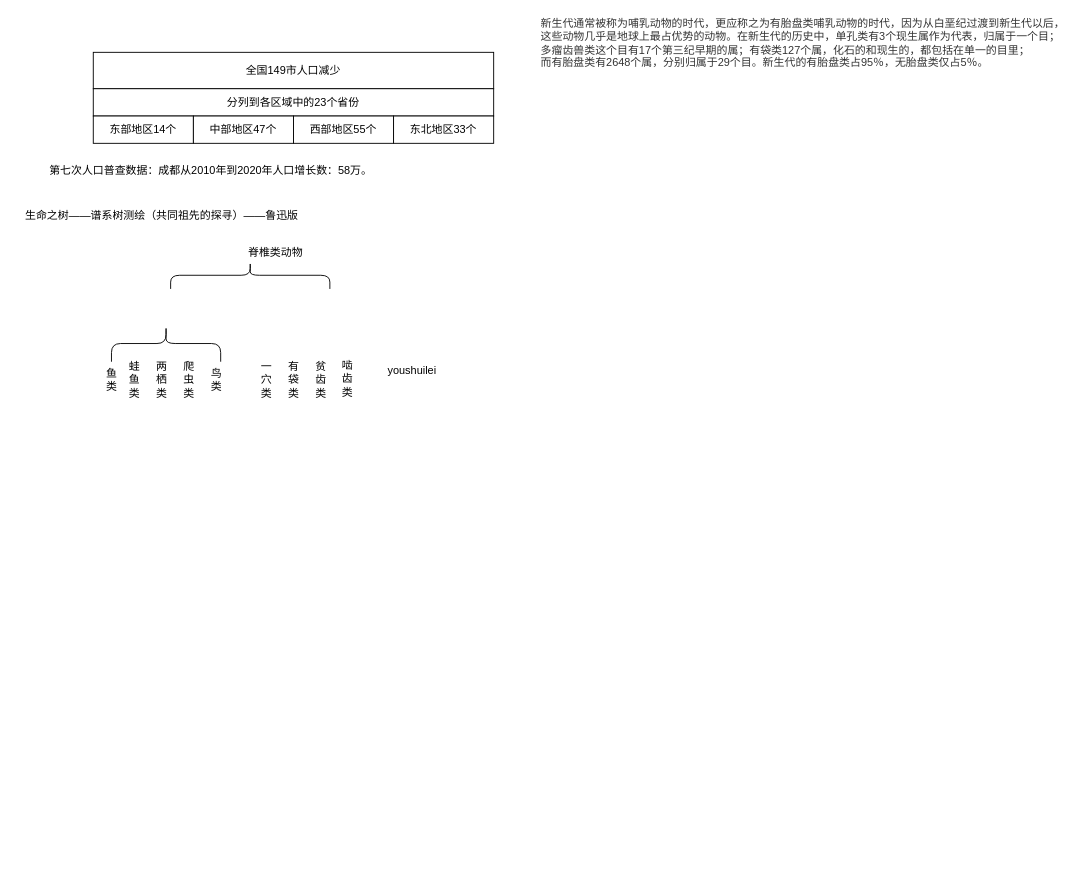
The draw.io diagram 人口迁徙.drawio in UTOUUCENTER-CD/Adv-Mathematics, before the edit. Source tidied: cells renumbered, new cells numbered last; positions are measured from the earlier drawing's top-left corner, leaving out a move shared by most shapes. Both pictures are drawn from the tidied source at 91%, with x=0, y=0 at pixel (15, 15).
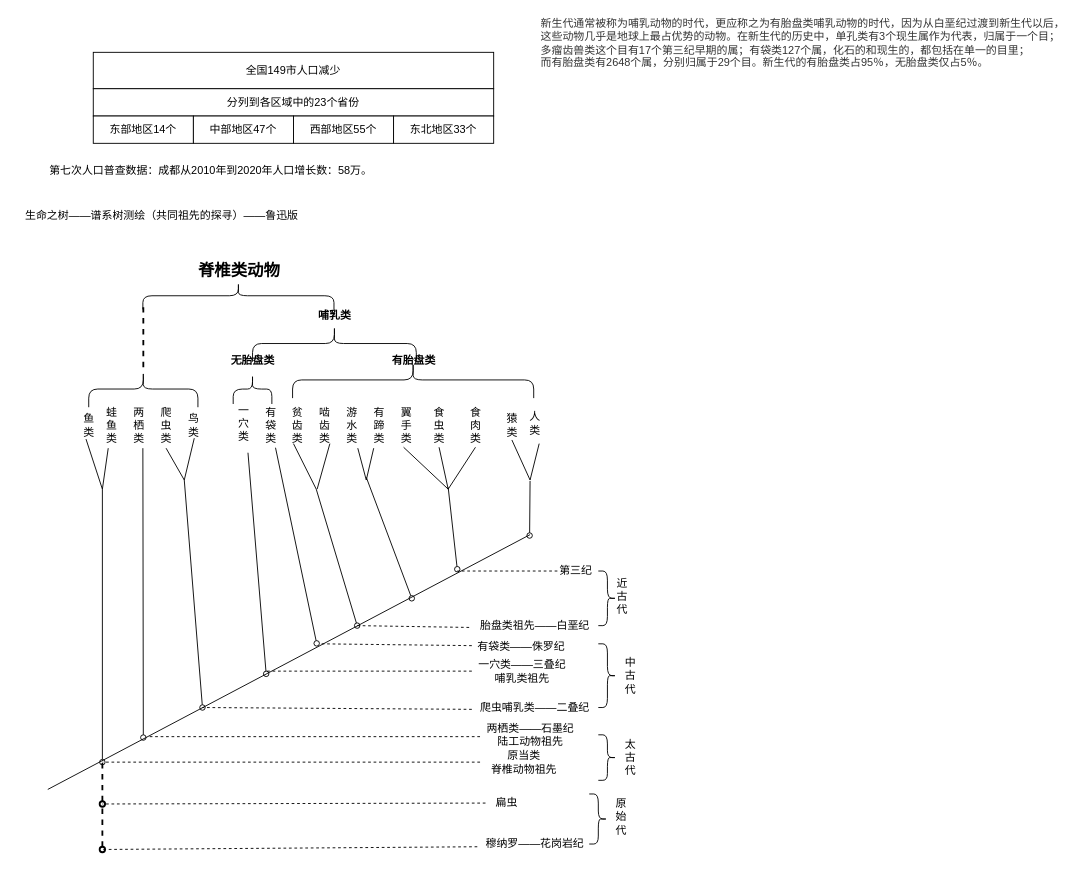
The same page after the edit.

What changed in the source:
```diff
@@
     <mxCell id="9" style="shape=curlyBracket;whiteSpace=wrap;html=1;rounded=1;flipH=1;rotation=-90;" parent="1" vertex="1">
-      <mxGeometry x="242.5" y="197.5" width="30" height="175" as="geometry" />
+      <mxGeometry x="229.5" y="202.5" width="30" height="210" as="geometry" />
     </mxCell>
-    <mxCell id="10" value="脊椎类动物" style="text;html=1;align=center;verticalAlign=middle;strokeColor=none;" parent="1" vertex="1">
-      <mxGeometry x="245" y="250" width="80" height="20" as="geometry" />
+    <mxCell id="10" value="&lt;font style=&quot;font-size: 18px&quot;&gt;&lt;b&gt;脊椎类动物&lt;/b&gt;&lt;/font&gt;" style="text;html=1;align=center;verticalAlign=middle;strokeColor=none;" parent="1" vertex="1">
+      <mxGeometry x="189.5" y="270" width="110" height="20" as="geometry" />
     </mxCell>
     <mxCell id="11" style="shape=curlyBracket;whiteSpace=wrap;html=1;rounded=1;flipH=1;rotation=-90;" parent="1" vertex="1">
-      <mxGeometry x="145" y="300" width="40" height="120" as="geometry" />
+      <mxGeometry x="120" y="350" width="40" height="120" as="geometry" />
     </mxCell>
     <mxCell id="12" value="鱼&lt;br&gt;类" style="text;html=1;align=center;verticalAlign=middle;points=[];strokeColor=none;" parent="1" vertex="1">
-      <mxGeometry x="90" y="385" width="30" height="30" as="geometry" />
+      <mxGeometry x="65" y="435" width="30" height="30" as="geometry" />
     </mxCell>
     <mxCell id="13" value="蛙&lt;br&gt;鱼&lt;br&gt;类" style="text;html=1;align=center;verticalAlign=middle;points=[];strokeColor=none;" parent="1" vertex="1">
-      <mxGeometry x="115" y="375" width="30" height="50" as="geometry" />
+      <mxGeometry x="90" y="425" width="30" height="50" as="geometry" />
     </mxCell>
     <mxCell id="14" value="两&lt;br&gt;栖&lt;br&gt;类" style="text;html=1;align=center;verticalAlign=middle;strokeColor=none;" parent="1" vertex="1">
-      <mxGeometry x="145" y="375" width="30" height="50" as="geometry" />
+      <mxGeometry x="120" y="425" width="30" height="50" as="geometry" />
     </mxCell>
     <mxCell id="15" value="爬&lt;br&gt;虫&lt;br&gt;类" style="text;html=1;align=center;verticalAlign=middle;points=[];strokeColor=none;" parent="1" vertex="1">
-      <mxGeometry x="175" y="375" width="30" height="50" as="geometry" />
+      <mxGeometry x="150" y="425" width="30" height="50" as="geometry" />
     </mxCell>
     <mxCell id="16" value="鸟&lt;br&gt;类" style="text;html=1;align=center;verticalAlign=middle;points=[];strokeColor=none;" parent="1" vertex="1">
-      <mxGeometry x="205" y="385" width="30" height="30" as="geometry" />
+      <mxGeometry x="180" y="435" width="30" height="30" as="geometry" />
     </mxCell>
     <mxCell id="17" value="一&lt;br&gt;穴&lt;br&gt;类" style="text;html=1;align=center;verticalAlign=middle;points=[];strokeColor=none;" parent="1" vertex="1">
-      <mxGeometry x="260" y="375" width="30" height="50" as="geometry" />
+      <mxGeometry x="235" y="422.5" width="30" height="50" as="geometry" />
     </mxCell>
     <mxCell id="18" value="有&lt;br&gt;袋&lt;br&gt;类" style="text;html=1;align=center;verticalAlign=middle;points=[];strokeColor=none;" parent="1" vertex="1">
-      <mxGeometry x="290" y="374.5" width="30" height="50" as="geometry" />
+      <mxGeometry x="265" y="424.5" width="30" height="50" as="geometry" />
     </mxCell>
     <mxCell id="19" value="贫&lt;br&gt;齿&lt;br&gt;类" style="text;html=1;align=center;verticalAlign=middle;strokeColor=none;" parent="1" vertex="1">
-      <mxGeometry x="320" y="375" width="30" height="50" as="geometry" />
+      <mxGeometry x="294" y="425" width="30" height="50" as="geometry" />
     </mxCell>
@@
     <mxCell id="21" value="啮&lt;br&gt;齿&lt;br&gt;类" style="text;html=1;align=center;verticalAlign=middle;strokeColor=none;" parent="1" vertex="1">
-      <mxGeometry x="349" y="374" width="30" height="50" as="geometry" />
+      <mxGeometry x="324" y="425" width="30" height="50" as="geometry" />
     </mxCell>
-    <mxCell id="22" value="youshuilei" style="text;html=1;align=center;verticalAlign=middle;points=[];strokeColor=none;" parent="1" vertex="1">
-      <mxGeometry x="400" y="380" width="70" height="20" as="geometry" />
+    <mxCell id="22" value="游&lt;br&gt;水&lt;br&gt;类" style="text;html=1;align=center;verticalAlign=middle;points=[];strokeColor=none;" parent="1" vertex="1">
+      <mxGeometry x="354" y="425" width="30" height="50" as="geometry" />
     </mxCell>
@@
+    <mxCell id="24" value="有&lt;br&gt;蹄&lt;br&gt;类" style="text;html=1;align=center;verticalAlign=middle;points=[];strokeColor=none;" parent="1" vertex="1">
+      <mxGeometry x="384" y="425" width="30" height="50" as="geometry" />
+    </mxCell>
+    <mxCell id="25" value="翼&lt;br&gt;手&lt;br&gt;类" style="text;html=1;align=center;verticalAlign=middle;points=[];strokeColor=none;" parent="1" vertex="1">
+      <mxGeometry x="414" y="425" width="30" height="50" as="geometry" />
+    </mxCell>
+    <mxCell id="26" value="食&lt;br&gt;虫&lt;br&gt;类" style="text;html=1;align=center;verticalAlign=middle;points=[];strokeColor=none;" parent="1" vertex="1">
+      <mxGeometry x="450" y="425" width="30" height="50" as="geometry" />
+    </mxCell>
+    <mxCell id="27" value="食&lt;br&gt;肉&lt;br&gt;类" style="text;html=1;align=center;verticalAlign=middle;points=[];strokeColor=none;" parent="1" vertex="1">
+      <mxGeometry x="490" y="425" width="30" height="50" as="geometry" />
+    </mxCell>
+    <mxCell id="28" value="猿&lt;br&gt;类" style="text;html=1;align=center;verticalAlign=middle;points=[];strokeColor=none;" parent="1" vertex="1">
+      <mxGeometry x="530" y="435" width="30" height="30" as="geometry" />
+    </mxCell>
+    <mxCell id="29" value="人&lt;br&gt;类" style="text;html=1;align=center;verticalAlign=middle;points=[];strokeColor=none;" parent="1" vertex="1">
+      <mxGeometry x="555" y="432.5" width="30" height="30" as="geometry" />
+    </mxCell>
+    <mxCell id="30" style="shape=curlyBracket;whiteSpace=wrap;html=1;rounded=1;flipH=1;rotation=-90;" parent="1" vertex="1">
+      <mxGeometry x="243.6" y="388.8" width="32.8" height="42.5" as="geometry" />
+    </mxCell>
+    <mxCell id="31" style="shape=curlyBracket;whiteSpace=wrap;html=1;rounded=1;flipH=1;rotation=-90;" parent="1" vertex="1">
+      <mxGeometry x="416.5" y="267.5" width="40" height="265" as="geometry" />
+    </mxCell>
+    <mxCell id="32" value="&lt;b&gt;无胎盘类&lt;/b&gt;" style="text;html=1;align=center;verticalAlign=middle;strokeColor=none;" parent="1" vertex="1">
+      <mxGeometry x="230" y="368.8" width="60" height="20" as="geometry" />
+    </mxCell>
+    <mxCell id="33" value="&lt;b&gt;有胎盘类&lt;/b&gt;" style="text;html=1;align=center;verticalAlign=middle;strokeColor=none;" parent="1" vertex="1">
+      <mxGeometry x="406.5" y="368.8" width="60" height="20" as="geometry" />
+    </mxCell>
+    <mxCell id="34" style="shape=curlyBracket;whiteSpace=wrap;html=1;rounded=1;flipH=1;rotation=-90;" parent="1" vertex="1">
+      <mxGeometry x="330" y="270" width="40" height="180" as="geometry" />
+    </mxCell>
+    <mxCell id="35" value="&lt;b&gt;哺乳类&lt;/b&gt;" style="text;html=1;align=center;verticalAlign=middle;strokeColor=none;" parent="1" vertex="1">
+      <mxGeometry x="325" y="320" width="50" height="20" as="geometry" />
+    </mxCell>
+    <mxCell id="36" style="line;strokeWidth=2;direction=south;html=1;dashed=1;" parent="1" vertex="1">
+      <mxGeometry x="135" y="320" width="10" height="70" as="geometry" />
+    </mxCell>
+    <mxCell id="37" style="endArrow=none;html=1;" parent="1" edge="1">
+      <mxGeometry relative="1" as="geometry">
+        <mxPoint x="35" y="850" as="sourcePoint" />
+        <mxPoint x="565" y="570" as="targetPoint" />
+      </mxGeometry>
+    </mxCell>
+    <mxCell id="38" style="endArrow=none;html=1;startArrow=oval;startFill=0;" parent="1" edge="1">
+      <mxGeometry relative="1" as="geometry">
+        <mxPoint x="95" y="820" as="sourcePoint" />
+        <mxPoint x="95" y="520" as="targetPoint" />
+      </mxGeometry>
+    </mxCell>
+    <mxCell id="39" style="endArrow=none;html=1;startArrow=oval;startFill=0;" parent="1" edge="1">
+      <mxGeometry relative="1" as="geometry">
+        <mxPoint x="140" y="793" as="sourcePoint" />
+        <mxPoint x="139.5" y="475" as="targetPoint" />
+      </mxGeometry>
+    </mxCell>
+    <mxCell id="40" style="endArrow=none;html=1;startArrow=oval;startFill=0;" parent="1" edge="1">
+      <mxGeometry relative="1" as="geometry">
+        <mxPoint x="205" y="760" as="sourcePoint" />
+        <mxPoint x="185" y="510" as="targetPoint" />
+      </mxGeometry>
+    </mxCell>
+    <mxCell id="41" style="endArrow=none;html=1;entryX=0.4;entryY=1;entryDx=0;entryDy=0;entryPerimeter=0;" parent="1" edge="1" target="12">
+      <mxGeometry relative="1" as="geometry">
+        <mxPoint x="95" y="520" as="sourcePoint" />
+      </mxGeometry>
+    </mxCell>
+    <mxCell id="42" style="endArrow=none;html=1;" parent="1" edge="1" target="13">
+      <mxGeometry relative="1" as="geometry">
+        <mxPoint x="95" y="520" as="sourcePoint" />
+      </mxGeometry>
+    </mxCell>
+    <mxCell id="43" style="endArrow=none;html=1;entryX=0.5;entryY=1;entryDx=0;entryDy=0;entryPerimeter=0;" parent="1" edge="1" target="15">
+      <mxGeometry relative="1" as="geometry">
+        <mxPoint x="185" y="510" as="sourcePoint" />
+      </mxGeometry>
+    </mxCell>
+    <mxCell id="44" style="endArrow=none;html=1;entryX=0.533;entryY=0.967;entryDx=0;entryDy=0;entryPerimeter=0;" parent="1" edge="1" target="16">
+      <mxGeometry relative="1" as="geometry">
+        <mxPoint x="185" y="510" as="sourcePoint" />
+      </mxGeometry>
+    </mxCell>
+    <mxCell id="45" style="endArrow=none;html=1;" parent="1" edge="1">
+      <mxGeometry relative="1" as="geometry">
+        <mxPoint x="330" y="520" as="sourcePoint" />
+        <mxPoint x="305" y="470" as="targetPoint" />
+      </mxGeometry>
+    </mxCell>
+    <mxCell id="46" style="endArrow=none;html=1;startArrow=oval;startFill=0;entryX=0.667;entryY=1.15;entryDx=0;entryDy=0;entryPerimeter=0;" parent="1" edge="1" target="17">
+      <mxGeometry relative="1" as="geometry">
+        <mxPoint x="275" y="723" as="sourcePoint" />
+      </mxGeometry>
+    </mxCell>
+    <mxCell id="47" style="endArrow=none;html=1;startArrow=oval;startFill=0;" parent="1" edge="1" target="18">
+      <mxGeometry relative="1" as="geometry">
+        <mxPoint x="330.5" y="689.5" as="sourcePoint" />
+      </mxGeometry>
+    </mxCell>
+    <mxCell id="48" style="endArrow=none;html=1;startArrow=oval;startFill=0;" parent="1" edge="1">
+      <mxGeometry relative="1" as="geometry">
+        <mxPoint x="375" y="670" as="sourcePoint" />
+        <mxPoint x="330" y="520" as="targetPoint" />
+      </mxGeometry>
+    </mxCell>
+    <mxCell id="49" style="endArrow=none;html=1;" parent="1" edge="1">
+      <mxGeometry relative="1" as="geometry">
+        <mxPoint x="331" y="520" as="sourcePoint" />
+        <mxPoint x="345" y="470" as="targetPoint" />
+      </mxGeometry>
+    </mxCell>
+    <mxCell id="50" style="endArrow=none;html=1;" parent="1" edge="1" target="22">
+      <mxGeometry relative="1" as="geometry">
+        <mxPoint x="385" y="510" as="sourcePoint" />
+      </mxGeometry>
+    </mxCell>
+    <mxCell id="51" style="endArrow=none;html=1;" parent="1" edge="1" target="24">
+      <mxGeometry relative="1" as="geometry">
+        <mxPoint x="385" y="510" as="sourcePoint" />
+      </mxGeometry>
+    </mxCell>
+    <mxCell id="52" style="endArrow=none;html=1;startArrow=oval;startFill=0;" parent="1" edge="1">
+      <mxGeometry relative="1" as="geometry">
+        <mxPoint x="435" y="640" as="sourcePoint" />
+        <mxPoint x="385" y="507" as="targetPoint" />
+      </mxGeometry>
+    </mxCell>
+    <mxCell id="53" style="endArrow=none;html=1;entryX=0.4;entryY=0.98;entryDx=0;entryDy=0;entryPerimeter=0;" parent="1" edge="1" target="25">
+      <mxGeometry relative="1" as="geometry">
+        <mxPoint x="475" y="520" as="sourcePoint" />
+      </mxGeometry>
+    </mxCell>
+    <mxCell id="54" style="endArrow=none;html=1;entryX=0.5;entryY=0.98;entryDx=0;entryDy=0;entryPerimeter=0;" parent="1" edge="1" target="26">
+      <mxGeometry relative="1" as="geometry">
+        <mxPoint x="475" y="520" as="sourcePoint" />
+      </mxGeometry>
+    </mxCell>
+    <mxCell id="55" style="endArrow=none;html=1;entryX=0.5;entryY=0.98;entryDx=0;entryDy=0;entryPerimeter=0;" parent="1" edge="1" target="27">
+      <mxGeometry relative="1" as="geometry">
+        <mxPoint x="475" y="520" as="sourcePoint" />
+      </mxGeometry>
+    </mxCell>
+    <mxCell id="56" style="endArrow=none;html=1;startArrow=oval;startFill=0;" parent="1" edge="1">
+      <mxGeometry relative="1" as="geometry">
+        <mxPoint x="485" y="608" as="sourcePoint" />
+        <mxPoint x="475" y="518" as="targetPoint" />
+      </mxGeometry>
+    </mxCell>
+    <mxCell id="57" style="endArrow=none;html=1;entryX=0.5;entryY=1.033;entryDx=0;entryDy=0;entryPerimeter=0;" parent="1" edge="1" target="28">
+      <mxGeometry relative="1" as="geometry">
+        <mxPoint x="565" y="510" as="sourcePoint" />
+      </mxGeometry>
+    </mxCell>
+    <mxCell id="58" style="endArrow=none;html=1;entryX=0.667;entryY=1.25;entryDx=0;entryDy=0;entryPerimeter=0;" parent="1" edge="1" target="29">
+      <mxGeometry relative="1" as="geometry">
+        <mxPoint x="565" y="510" as="sourcePoint" />
+      </mxGeometry>
+    </mxCell>
+    <mxCell id="59" style="endArrow=none;html=1;startArrow=oval;startFill=0;" parent="1" edge="1">
+      <mxGeometry relative="1" as="geometry">
+        <mxPoint x="564.5" y="571" as="sourcePoint" />
+        <mxPoint x="565" y="511" as="targetPoint" />
+      </mxGeometry>
+    </mxCell>
+    <mxCell id="60" style="endArrow=none;dashed=1;html=1;exitX=-0.014;exitY=0.6;exitDx=0;exitDy=0;exitPerimeter=0;" parent="1" edge="1" source="78">
+      <mxGeometry relative="1" as="geometry">
+        <mxPoint x="375" y="670" as="targetPoint" />
+      </mxGeometry>
+    </mxCell>
+    <mxCell id="61" style="endArrow=none;dashed=1;html=1;startArrow=none;exitX=0.009;exitY=0.45;exitDx=0;exitDy=0;exitPerimeter=0;" parent="1" edge="1" source="77">
+      <mxGeometry relative="1" as="geometry">
+        <mxPoint x="335" y="690" as="targetPoint" />
+      </mxGeometry>
+    </mxCell>
+    <mxCell id="62" style="endArrow=none;dashed=1;html=1;" parent="1" edge="1" source="76">
+      <mxGeometry relative="1" as="geometry">
+        <mxPoint x="275" y="720" as="targetPoint" />
+      </mxGeometry>
+    </mxCell>
+    <mxCell id="63" style="endArrow=none;dashed=1;html=1;exitX=0.007;exitY=0.6;exitDx=0;exitDy=0;exitPerimeter=0;" parent="1" edge="1" source="75">
+      <mxGeometry relative="1" as="geometry">
+        <mxPoint x="205" y="760" as="targetPoint" />
+      </mxGeometry>
+    </mxCell>
+    <mxCell id="64" style="endArrow=none;dashed=1;html=1;" parent="1" edge="1">
+      <mxGeometry relative="1" as="geometry">
+        <mxPoint x="510" y="792" as="sourcePoint" />
+        <mxPoint x="145" y="792" as="targetPoint" />
+      </mxGeometry>
+    </mxCell>
+    <mxCell id="65" style="endArrow=none;dashed=1;html=1;exitX=-0.033;exitY=0.5;exitDx=0;exitDy=0;exitPerimeter=0;" parent="1" edge="1" source="73">
+      <mxGeometry relative="1" as="geometry">
+        <mxPoint x="95" y="820" as="targetPoint" />
+      </mxGeometry>
+    </mxCell>
+    <mxCell id="66" style="endArrow=none;dashed=1;html=1;exitX=0.1;exitY=0.5;exitDx=0;exitDy=0;exitPerimeter=0;" parent="1" edge="1" source="79">
+      <mxGeometry relative="1" as="geometry">
+        <mxPoint x="485" y="610" as="targetPoint" />
+      </mxGeometry>
+    </mxCell>
+    <mxCell id="67" style="endArrow=none;dashed=1;html=1;startArrow=oval;startFill=0;strokeWidth=2;" parent="1" edge="1">
+      <mxGeometry relative="1" as="geometry">
+        <mxPoint x="95" y="866" as="sourcePoint" />
+        <mxPoint x="95" y="816" as="targetPoint" />
+      </mxGeometry>
+    </mxCell>
+    <mxCell id="68" style="endArrow=none;dashed=1;html=1;startArrow=oval;startFill=0;strokeWidth=2;" parent="1" edge="1">
+      <mxGeometry relative="1" as="geometry">
+        <mxPoint x="95" y="916" as="sourcePoint" />
+        <mxPoint x="95" y="866" as="targetPoint" />
+      </mxGeometry>
+    </mxCell>
+    <mxCell id="69" style="endArrow=none;dashed=1;html=1;exitX=-0.075;exitY=0.5;exitDx=0;exitDy=0;exitPerimeter=0;" parent="1" edge="1" source="72">
+      <mxGeometry relative="1" as="geometry">
+        <mxPoint x="95" y="866" as="targetPoint" />
+      </mxGeometry>
+    </mxCell>
+    <mxCell id="70" style="endArrow=none;dashed=1;html=1;exitX=-0.025;exitY=0.65;exitDx=0;exitDy=0;exitPerimeter=0;" parent="1" edge="1" source="71">
+      <mxGeometry relative="1" as="geometry">
+        <mxPoint x="95" y="916" as="targetPoint" />
+      </mxGeometry>
+    </mxCell>
+    <mxCell id="71" value="穆纳罗——花岗岩纪" style="text;html=1;align=center;verticalAlign=middle;points=[];strokeColor=none;" parent="1" vertex="1">
+      <mxGeometry x="510" y="900" width="120" height="20" as="geometry" />
+    </mxCell>
+    <mxCell id="72" value="扁虫" style="text;html=1;align=center;verticalAlign=middle;points=[];strokeColor=none;" parent="1" vertex="1">
+      <mxGeometry x="519" y="855" width="40" height="20" as="geometry" />
+    </mxCell>
+    <mxCell id="73" value="原当类&lt;br&gt;脊椎动物祖先" style="text;html=1;align=center;verticalAlign=middle;points=[];strokeColor=none;" parent="1" vertex="1">
+      <mxGeometry x="513" y="805" width="90" height="30" as="geometry" />
+    </mxCell>
+    <mxCell id="74" value="两栖类——石墨纪&lt;br&gt;陆工动物祖先" style="text;html=1;align=center;verticalAlign=middle;strokeColor=none;" parent="1" vertex="1">
+      <mxGeometry x="510" y="775" width="110" height="30" as="geometry" />
+    </mxCell>
+    <mxCell id="75" value="爬虫哺乳类——二叠纪" style="text;html=1;align=center;verticalAlign=middle;points=[];strokeColor=none;" parent="1" vertex="1">
+      <mxGeometry x="500" y="750" width="140" height="20" as="geometry" />
+    </mxCell>
+    <mxCell id="76" value="一穴类——三叠纪&lt;br&gt;哺乳类祖先" style="text;html=1;align=center;verticalAlign=middle;points=[];strokeColor=none;" parent="1" vertex="1">
+      <mxGeometry x="501" y="705" width="110" height="30" as="geometry" />
+    </mxCell>
+    <mxCell id="77" value="有袋类——侏罗纪" style="text;html=1;align=center;verticalAlign=middle;points=[];strokeColor=none;" parent="1" vertex="1">
+      <mxGeometry x="500" y="683" width="110" height="20" as="geometry" />
+    </mxCell>
+    <mxCell id="78" value="胎盘类祖先——白垩纪" style="text;html=1;align=center;verticalAlign=middle;points=[];strokeColor=none;" parent="1" vertex="1">
+      <mxGeometry x="500" y="660" width="140" height="20" as="geometry" />
+    </mxCell>
+    <mxCell id="79" value="第三纪" style="text;html=1;align=center;verticalAlign=middle;points=[];strokeColor=none;" parent="1" vertex="1">
+      <mxGeometry x="590" y="600" width="50" height="20" as="geometry" />
+    </mxCell>
+    <mxCell id="80" style="shape=curlyBracket;whiteSpace=wrap;html=1;rounded=1;flipH=1;" parent="1" vertex="1">
+      <mxGeometry x="630" y="855" width="20" height="55" as="geometry" />
+    </mxCell>
+    <mxCell id="81" value="原&lt;br&gt;始&lt;br&gt;代" style="text;html=1;align=center;verticalAlign=middle;strokeColor=none;" parent="1" vertex="1">
+      <mxGeometry x="650" y="855" width="30" height="50" as="geometry" />
+    </mxCell>
+    <mxCell id="82" style="shape=curlyBracket;whiteSpace=wrap;html=1;rounded=1;flipH=1;" parent="1" vertex="1">
+      <mxGeometry x="640" y="790" width="20" height="50" as="geometry" />
+    </mxCell>
+    <mxCell id="83" value="太&lt;br&gt;古&lt;br&gt;代" style="text;html=1;align=center;verticalAlign=middle;strokeColor=none;" parent="1" vertex="1">
+      <mxGeometry x="660" y="790" width="30" height="50" as="geometry" />
+    </mxCell>
+    <mxCell id="84" style="shape=curlyBracket;whiteSpace=wrap;html=1;rounded=1;flipH=1;" parent="1" vertex="1">
+      <mxGeometry x="640" y="690" width="20" height="70" as="geometry" />
+    </mxCell>
+    <mxCell id="85" value="中&lt;br&gt;古&lt;br&gt;代" style="text;html=1;align=center;verticalAlign=middle;strokeColor=none;" parent="1" vertex="1">
+      <mxGeometry x="660" y="700" width="30" height="50" as="geometry" />
+    </mxCell>
+    <mxCell id="86" style="shape=curlyBracket;whiteSpace=wrap;html=1;rounded=1;flipH=1;" parent="1" vertex="1">
+      <mxGeometry x="640" y="610" width="20" height="60" as="geometry" />
+    </mxCell>
+    <mxCell id="87" value="近&lt;br&gt;古&lt;br&gt;代" style="text;html=1;align=center;verticalAlign=middle;strokeColor=none;" parent="1" vertex="1">
+      <mxGeometry x="651" y="613" width="30" height="50" as="geometry" />
+    </mxCell>
```
